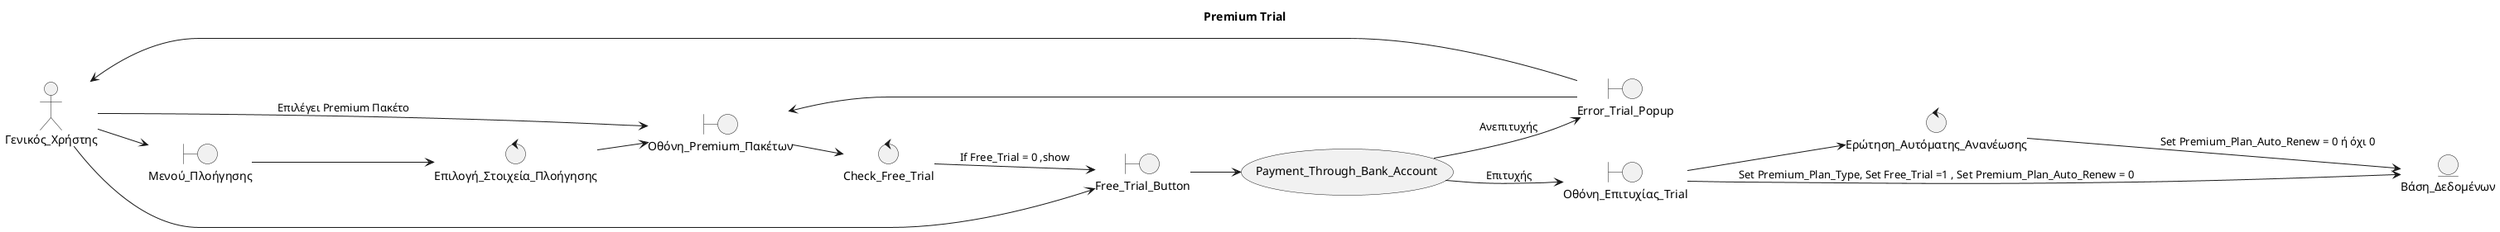
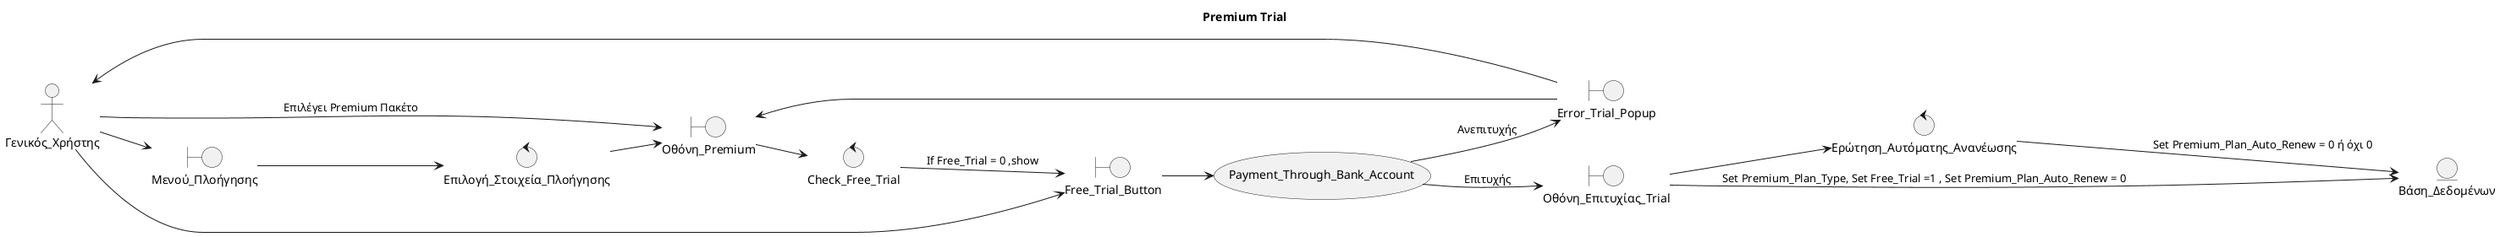
@startuml name

title Premium Trial

left to right direction

skinparam shadowing false
skinparam roundcorner 10

' =====================================================
' ACTORS
' =====================================================

actor Γενικός_Χρήστης

' =====================================================
' BOUNDARY OBJECTS
' =====================================================

boundary Μενού_Πλοήγησης
- boundary Οθόνη_Premium_Πακέτων
+ boundary Οθόνη_Premium
boundary Free_Trial_Button
boundary Οθόνη_Επιτυχίας_Trial
boundary Error_Trial_Popup



' =====================================================
' CONTROL OBJECTS
' =====================================================

control Επιλογή_Στοιχεία_Πλοήγησης
control Ερώτηση_Αυτόματης_Ανανέωσης
control Check_Free_Trial

' =====================================================
' ENTITY OBJECTS
' =====================================================

entity Βάση_Δεδομένων

' =====================================================
' USE CASES
' =====================================================

usecase Payment_Through_Bank_Account

' =====================================================
' INTERACTIONS
' =====================================================
Γενικός_Χρήστης --> Μενού_Πλοήγησης
Μενού_Πλοήγησης --> Επιλογή_Στοιχεία_Πλοήγησης
- Επιλογή_Στοιχεία_Πλοήγησης --> Οθόνη_Premium_Πακέτων
- Γενικός_Χρήστης --> Οθόνη_Premium_Πακέτων : Επιλέγει Premium Πακέτο
- Οθόνη_Premium_Πακέτων --> Check_Free_Trial
+ Επιλογή_Στοιχεία_Πλοήγησης --> Οθόνη_Premium
+ Γενικός_Χρήστης --> Οθόνη_Premium : Επιλέγει Premium Πακέτο
+ Οθόνη_Premium --> Check_Free_Trial
Check_Free_Trial --> Free_Trial_Button : If Free_Trial = 0 ,show
Γενικός_Χρήστης --> Free_Trial_Button
Free_Trial_Button --> Payment_Through_Bank_Account
Payment_Through_Bank_Account --> Οθόνη_Επιτυχίας_Trial : Επιτυχής
Οθόνη_Επιτυχίας_Trial --> Βάση_Δεδομένων : Set Premium_Plan_Type, Set Free_Trial =1 , Set Premium_Plan_Auto_Renew = 0
Payment_Through_Bank_Account --> Error_Trial_Popup : Ανεπιτυχής
Error_Trial_Popup --> Γενικός_Χρήστης
- Error_Trial_Popup --> Οθόνη_Premium_Πακέτων
+ Error_Trial_Popup --> Οθόνη_Premium
' Δε ξέρω τι να βάλω για control εδώ, 150 render δεν έχουν νόημα
Οθόνη_Επιτυχίας_Trial --> Ερώτηση_Αυτόματης_Ανανέωσης
Ερώτηση_Αυτόματης_Ανανέωσης -->  Βάση_Δεδομένων : Set Premium_Plan_Auto_Renew = 0 ή όχι 0

@enduml